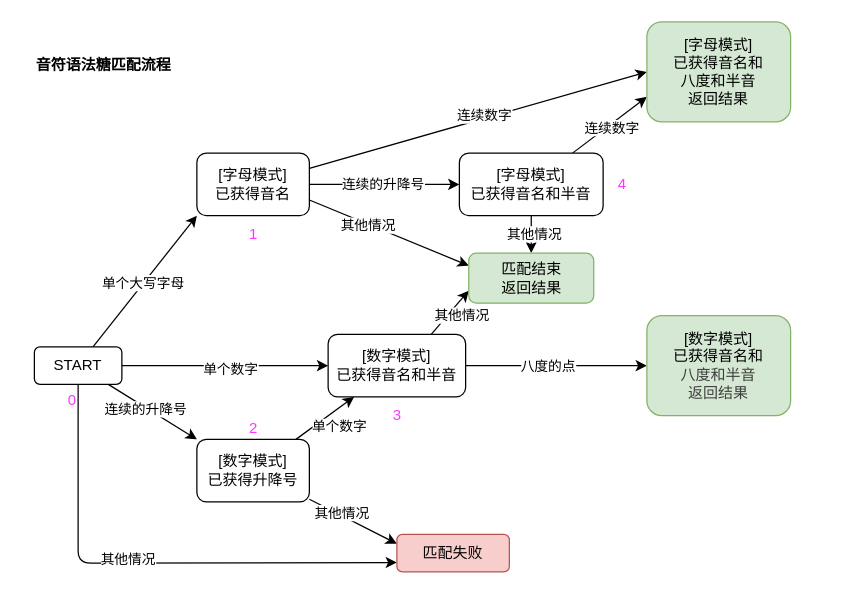
madderscientist/jpFun keeps this draw.io diagram as packages/jpfun/src/functions/note/FSM.drawio. Above is the earlier version. Source tidied: cells renumbered, new cells numbered last; positions are measured from the earlier drawing's top-left corner, leaving out a move shared by most shapes. Both pictures are drawn from the tidied source at 125%, with x=0, y=0 at pixel (21, 21).
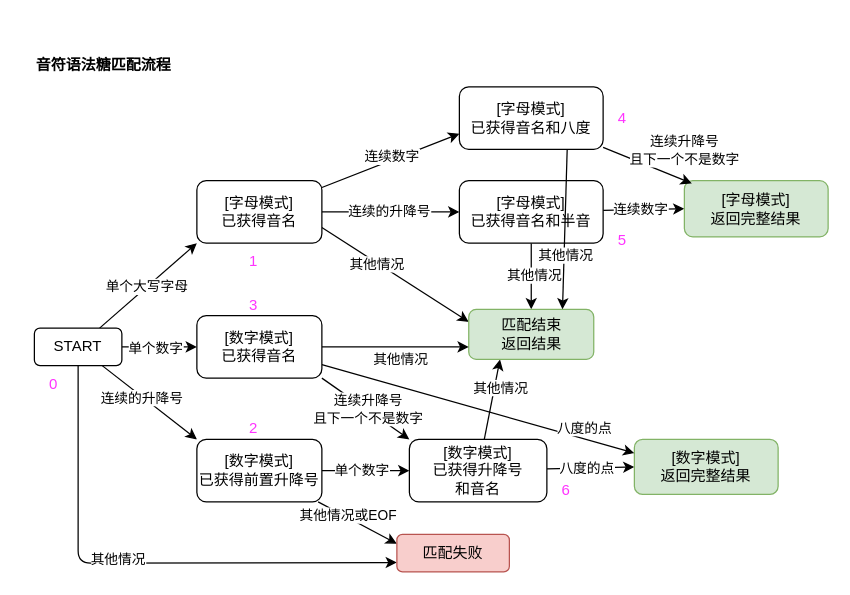
The same diagram, later.

Unchanged cells that the change refers to:
```xml
<mxCell id="18" style="edgeStyle=none;html=1;" parent="1" edge="1" source="22" target="27">
  <mxGeometry relative="1" as="geometry" />
</mxCell>
<mxCell id="20" style="edgeStyle=none;html=1;entryX=0;entryY=0.25;entryDx=0;entryDy=0;" parent="1" edge="1" source="22" target="28">
  <mxGeometry relative="1" as="geometry" />
</mxCell>
```

Change to the diagram source:
```diff
@@
-    <mxCell id="4" style="edgeStyle=none;html=1;entryX=0;entryY=0.5;entryDx=0;entryDy=0;" parent="1" edge="1" source="10" target="27">
+    <mxCell id="4" style="edgeStyle=none;html=1;entryX=0;entryY=0.5;entryDx=0;entryDy=0;" parent="1" edge="1" source="10" target="50">
       <mxGeometry relative="1" as="geometry" />
     </mxCell>
     <mxCell id="5" value="单个数字" style="edgeLabel;html=1;align=center;verticalAlign=middle;" parent="4" vertex="1">
-      <mxGeometry x="0.04" y="-2" relative="1" as="geometry" />
+      <mxGeometry x="0.04" y="-2" relative="1" as="geometry">
+        <mxPoint x="-5" y="-2" as="offset" />
+      </mxGeometry>
     </mxCell>
@@
     <mxCell id="10" value="START" style="rounded=1;whiteSpace=wrap;html=1;" parent="1" vertex="1">
-      <mxGeometry x="10" y="260" width="70" height="30" as="geometry" />
+      <mxGeometry x="10" y="245" width="70" height="30" as="geometry" />
     </mxCell>
-    <mxCell id="11" style="edgeStyle=none;html=1;entryX=0;entryY=0.5;entryDx=0;entryDy=0;" parent="1" edge="1" source="17" target="36">
+    <mxCell id="11" style="edgeStyle=none;html=1;entryX=0;entryY=0.75;entryDx=0;entryDy=0;" parent="1" edge="1" source="17" target="53">
       <mxGeometry relative="1" as="geometry" />
     </mxCell>
@@
     <mxCell id="17" value="[字母模式]&lt;div&gt;已获得音名&lt;/div&gt;" style="rounded=1;whiteSpace=wrap;html=1;" parent="1" vertex="1">
-      <mxGeometry x="140" y="105" width="90" height="50" as="geometry" />
+      <mxGeometry x="140" y="127" width="100" height="50" as="geometry" />
     </mxCell>
@@
     <mxCell id="19" value="单个数字" style="edgeLabel;html=1;align=center;verticalAlign=middle;" parent="18" vertex="1">
       <mxGeometry x="-0.48" y="-2" relative="1" as="geometry">
-        <mxPoint x="21" y="-3" as="offset" />
+        <mxPoint x="13" y="-3" as="offset" />
       </mxGeometry>
     </mxCell>
@@
-    <mxCell id="21" value="其他情况" style="edgeLabel;html=1;align=center;verticalAlign=middle;" parent="20" vertex="1">
+    <mxCell id="21" value="其他情况或EOF" style="edgeLabel;html=1;align=center;verticalAlign=middle;" parent="20" vertex="1">
       <mxGeometry x="-0.28" y="2" relative="1" as="geometry" />
     </mxCell>
-    <mxCell id="22" value="[数字模式]&lt;div&gt;已获得升降号&lt;/div&gt;" style="rounded=1;whiteSpace=wrap;html=1;" parent="1" vertex="1">
-      <mxGeometry x="140" y="334" width="90" height="50" as="geometry" />
+    <mxCell id="22" value="[数字模式]&lt;div&gt;已获得前置升降号&lt;/div&gt;" style="rounded=1;whiteSpace=wrap;html=1;" parent="1" vertex="1">
+      <mxGeometry x="140" y="334" width="100" height="50" as="geometry" />
     </mxCell>
@@
-    <mxCell id="25" style="edgeStyle=none;html=1;entryX=0;entryY=0.75;entryDx=0;entryDy=0;exitX=0.75;exitY=0;exitDx=0;exitDy=0;" parent="1" edge="1" source="27" target="34">
+    <mxCell id="25" style="edgeStyle=none;html=1;entryX=0.25;entryY=1;entryDx=0;entryDy=0;" parent="1" edge="1" source="27" target="34">
       <mxGeometry relative="1" as="geometry" />
     </mxCell>
-    <mxCell id="26" value="其他情况" style="edgeLabel;html=1;align=center;verticalAlign=middle;" parent="25" vertex="1">
-      <mxGeometry x="0.55" y="1" relative="1" as="geometry">
-        <mxPoint x="1" y="12" as="offset" />
-      </mxGeometry>
-    </mxCell>
+    <mxCell id="43" value="其他情况" style="edgeLabel;html=1;align=center;verticalAlign=middle;" parent="25" vertex="1">
+      <mxGeometry x="0.32" y="-4" relative="1" as="geometry" />
+    </mxCell>
-    <mxCell id="27" value="[数字模式]&lt;div&gt;已获得音名和半音&lt;/div&gt;" style="rounded=1;whiteSpace=wrap;html=1;" parent="1" vertex="1">
-      <mxGeometry x="245" y="250" width="110" height="50" as="geometry" />
+    <mxCell id="27" value="[数字模式]&lt;div&gt;已获得升降号&lt;/div&gt;&lt;div&gt;和音名&lt;/div&gt;" style="rounded=1;whiteSpace=wrap;html=1;" parent="1" vertex="1">
+      <mxGeometry x="310" y="334" width="110" height="50" as="geometry" />
     </mxCell>
@@
-    <mxCell id="29" style="edgeStyle=none;html=1;entryX=0;entryY=0.75;entryDx=0;entryDy=0;" parent="1" edge="1" source="33" target="36">
+    <mxCell id="29" style="edgeStyle=none;html=1;entryX=0;entryY=0.5;entryDx=0;entryDy=0;" parent="1" edge="1" source="33" target="36">
       <mxGeometry relative="1" as="geometry" />
     </mxCell>
     <mxCell id="30" value="连续数字" style="edgeLabel;html=1;align=center;verticalAlign=middle;" parent="29" vertex="1">
-      <mxGeometry x="-0.01" y="-2" relative="1" as="geometry" />
+      <mxGeometry x="-0.01" y="-2" relative="1" as="geometry">
+        <mxPoint x="-3" y="-3" as="offset" />
+      </mxGeometry>
     </mxCell>
@@
     <mxCell id="33" value="[字母模式]&lt;div&gt;已获得音名和半音&lt;/div&gt;" style="rounded=1;whiteSpace=wrap;html=1;" parent="1" vertex="1">
-      <mxGeometry x="350" y="105" width="115" height="50" as="geometry" />
+      <mxGeometry x="350" y="127" width="115" height="50" as="geometry" />
     </mxCell>
     <mxCell id="34" value="匹配结束&lt;div&gt;返回结果&lt;/div&gt;" style="rounded=1;whiteSpace=wrap;html=1;fillColor=#d5e8d4;strokeColor=#82b366;" parent="1" vertex="1">
-      <mxGeometry x="357.5" y="185" width="100" height="40" as="geometry" />
+      <mxGeometry x="357.5" y="230" width="100" height="40" as="geometry" />
     </mxCell>
-    <mxCell id="35" value="[数字模式]&lt;div&gt;已获得音名和&lt;/div&gt;&lt;div&gt;&lt;span style=&quot;color: rgb(63, 63, 63); background-color: transparent;&quot;&gt;八度和半音&lt;/span&gt;&lt;/div&gt;&lt;div&gt;&lt;span style=&quot;color: rgb(63, 63, 63); background-color: transparent;&quot;&gt;返回结果&lt;/span&gt;&lt;/div&gt;" style="rounded=1;whiteSpace=wrap;html=1;fillColor=#d5e8d4;strokeColor=#82b366;" parent="1" vertex="1">
-      <mxGeometry x="500" y="235" width="115" height="80" as="geometry" />
+    <mxCell id="35" value="[数字模式]&lt;div&gt;&lt;span style=&quot;background-color: transparent;&quot;&gt;返回完整结果&lt;/span&gt;&lt;/div&gt;" style="rounded=1;whiteSpace=wrap;html=1;fillColor=#d5e8d4;strokeColor=#82b366;" parent="1" vertex="1">
+      <mxGeometry x="490" y="334" width="115" height="44" as="geometry" />
     </mxCell>
-    <mxCell id="36" value="[字母模式]&lt;div&gt;已获得音名和&lt;/div&gt;&lt;div&gt;八度和半音&lt;/div&gt;&lt;div&gt;返回结果&lt;/div&gt;" style="rounded=1;whiteSpace=wrap;html=1;fillColor=#d5e8d4;strokeColor=#82b366;" parent="1" vertex="1">
-      <mxGeometry x="500" width="115" height="80" as="geometry" />
+    <mxCell id="36" value="[字母模式]&lt;div&gt;返回完整结果&lt;/div&gt;" style="rounded=1;whiteSpace=wrap;html=1;fillColor=#d5e8d4;strokeColor=#82b366;" parent="1" vertex="1">
+      <mxGeometry x="530" y="127" width="115" height="45" as="geometry" />
     </mxCell>
@@
     <mxCell id="38" value="0" style="text;html=1;align=center;verticalAlign=middle;strokeColor=none;fillColor=none;fontColor=#FF33FF;" parent="1" vertex="1">
-      <mxGeometry x="25" y="288" width="30" height="30" as="geometry" />
+      <mxGeometry x="10" y="275" width="30" height="30" as="geometry" />
     </mxCell>
     <mxCell id="39" value="1" style="text;html=1;align=center;verticalAlign=middle;strokeColor=none;fillColor=none;fontColor=#FF33FF;" parent="1" vertex="1">
-      <mxGeometry x="170" y="155" width="30" height="30" as="geometry" />
+      <mxGeometry x="170" y="177" width="30" height="30" as="geometry" />
     </mxCell>
     <mxCell id="40" value="4" style="text;html=1;align=center;verticalAlign=middle;strokeColor=none;fillColor=none;fontColor=#FF33FF;" parent="1" vertex="1">
-      <mxGeometry x="465" y="115" width="30" height="30" as="geometry" />
+      <mxGeometry x="465" y="62" width="30" height="30" as="geometry" />
     </mxCell>
@@
     <mxCell id="42" value="3" style="text;html=1;align=center;verticalAlign=middle;strokeColor=none;fillColor=none;fontColor=#FF33FF;" parent="1" vertex="1">
-      <mxGeometry x="285" y="300" width="30" height="30" as="geometry" />
+      <mxGeometry x="170" y="212" width="30" height="30" as="geometry" />
     </mxCell>
+    <mxCell id="44" style="edgeStyle=none;html=1;entryX=0;entryY=0;entryDx=0;entryDy=0;exitX=1;exitY=1;exitDx=0;exitDy=0;" parent="1" edge="1" source="50" target="27">
+      <mxGeometry relative="1" as="geometry" />
+    </mxCell>
+    <mxCell id="45" value="连续升降号&lt;div&gt;且下一个不是数字&lt;/div&gt;" style="edgeLabel;html=1;align=center;verticalAlign=middle;" parent="44" vertex="1">
+      <mxGeometry x="-0.29" y="2" relative="1" as="geometry">
+        <mxPoint x="11" y="9" as="offset" />
+      </mxGeometry>
+    </mxCell>
+    <mxCell id="46" style="edgeStyle=none;html=1;entryX=0;entryY=0.75;entryDx=0;entryDy=0;" parent="1" edge="1" source="50" target="34">
+      <mxGeometry relative="1" as="geometry" />
+    </mxCell>
+    <mxCell id="47" value="其他情况" style="edgeLabel;html=1;align=center;verticalAlign=middle;" parent="46" vertex="1">
+      <mxGeometry x="0.12" y="1" relative="1" as="geometry">
+        <mxPoint x="-4" y="10" as="offset" />
+      </mxGeometry>
+    </mxCell>
+    <mxCell id="48" style="edgeStyle=none;html=1;entryX=0;entryY=0.25;entryDx=0;entryDy=0;" parent="1" edge="1" source="50" target="35">
+      <mxGeometry relative="1" as="geometry" />
+    </mxCell>
+    <mxCell id="49" value="八度的点" style="edgeLabel;html=1;align=center;verticalAlign=middle;" parent="48" vertex="1">
+      <mxGeometry x="0.55" y="1" relative="1" as="geometry">
+        <mxPoint x="16" y="-3" as="offset" />
+      </mxGeometry>
+    </mxCell>
+    <mxCell id="50" value="[数字模式]&lt;div&gt;已获得音名&lt;/div&gt;" style="rounded=1;whiteSpace=wrap;html=1;" parent="1" vertex="1">
+      <mxGeometry x="140" y="235" width="100" height="50" as="geometry" />
+    </mxCell>
+    <mxCell id="51" style="edgeStyle=none;html=1;entryX=0.75;entryY=0;entryDx=0;entryDy=0;exitX=0.75;exitY=1;exitDx=0;exitDy=0;" parent="1" edge="1" source="53" target="34">
+      <mxGeometry relative="1" as="geometry" />
+    </mxCell>
+    <mxCell id="52" value="其他情况" style="edgeLabel;html=1;align=center;verticalAlign=middle;" parent="51" vertex="1">
+      <mxGeometry x="0.4" y="1" relative="1" as="geometry">
+        <mxPoint y="-5" as="offset" />
+      </mxGeometry>
+    </mxCell>
+    <mxCell id="53" value="[字母模式]&lt;div&gt;已获得音名和八度&lt;/div&gt;" style="rounded=1;whiteSpace=wrap;html=1;" parent="1" vertex="1">
+      <mxGeometry x="350" y="52" width="115" height="50" as="geometry" />
+    </mxCell>
+    <mxCell id="54" style="edgeStyle=none;html=1;entryX=0.052;entryY=0.05;entryDx=0;entryDy=0;entryPerimeter=0;" parent="1" edge="1" source="53" target="36">
+      <mxGeometry relative="1" as="geometry" />
+    </mxCell>
+    <mxCell id="55" value="连续升降号&lt;div&gt;且下一个不是数字&lt;/div&gt;" style="edgeLabel;html=1;align=center;verticalAlign=middle;" parent="54" vertex="1">
+      <mxGeometry x="-0.33" y="-1" relative="1" as="geometry">
+        <mxPoint x="41" y="-9" as="offset" />
+      </mxGeometry>
+    </mxCell>
+    <mxCell id="56" value="5" style="text;html=1;align=center;verticalAlign=middle;strokeColor=none;fillColor=none;fontColor=#FF33FF;" parent="1" vertex="1">
+      <mxGeometry x="465" y="160" width="30" height="30" as="geometry" />
+    </mxCell>
+    <mxCell id="57" value="6" style="text;html=1;align=center;verticalAlign=middle;strokeColor=none;fillColor=none;fontColor=#FF33FF;" parent="1" vertex="1">
+      <mxGeometry x="420" y="360" width="30" height="30" as="geometry" />
+    </mxCell>
```
